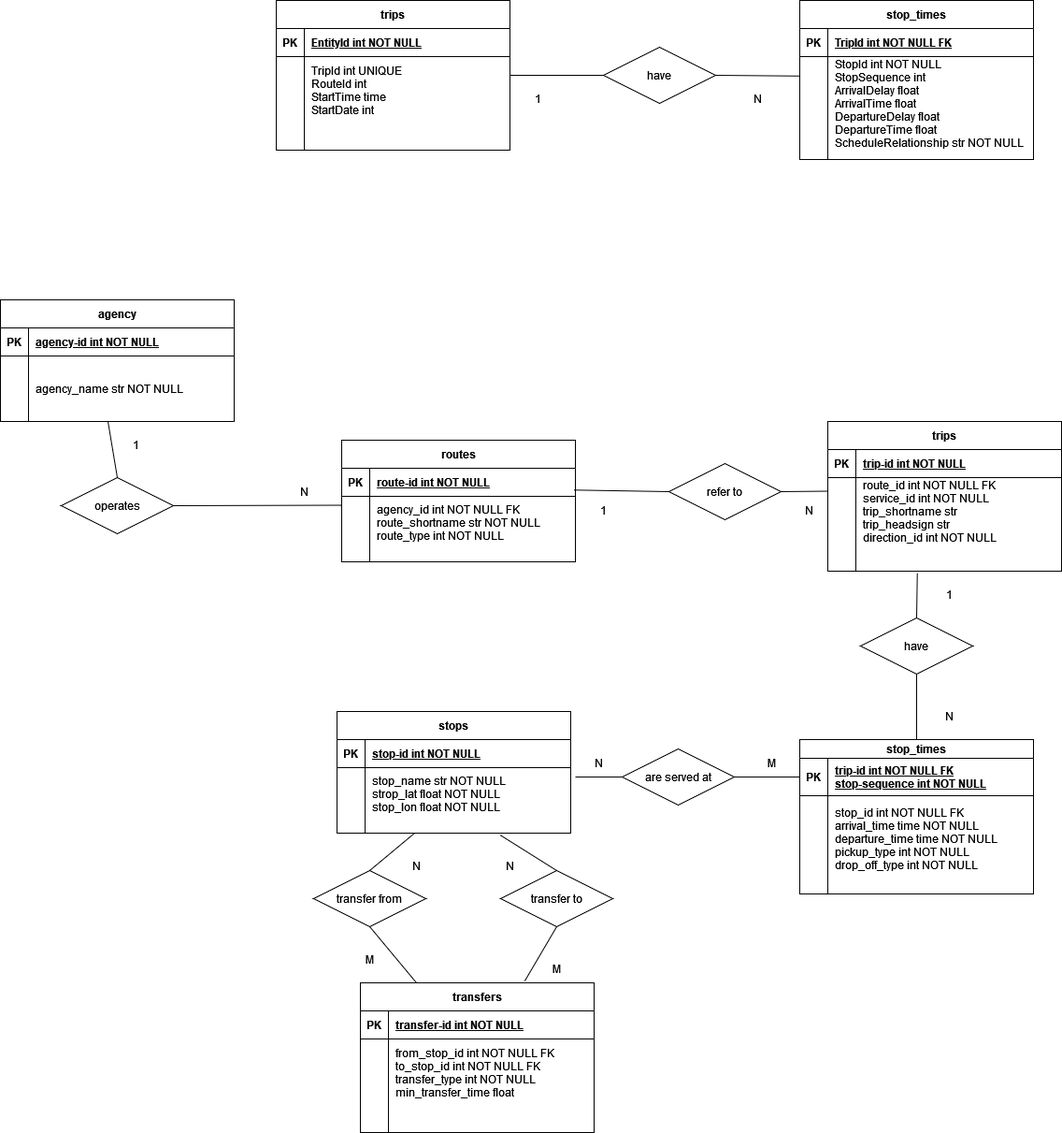
TrashCan1998/Datenintegration_Gesk_Standop_2023 keeps this draw.io diagram as 2_integration/ER_diagrams.png. Above is the earlier version. Source tidied: cells renumbered, new cells last; positions are measured from the earlier drawing's top-left corner, leaving out a move shared by most shapes.
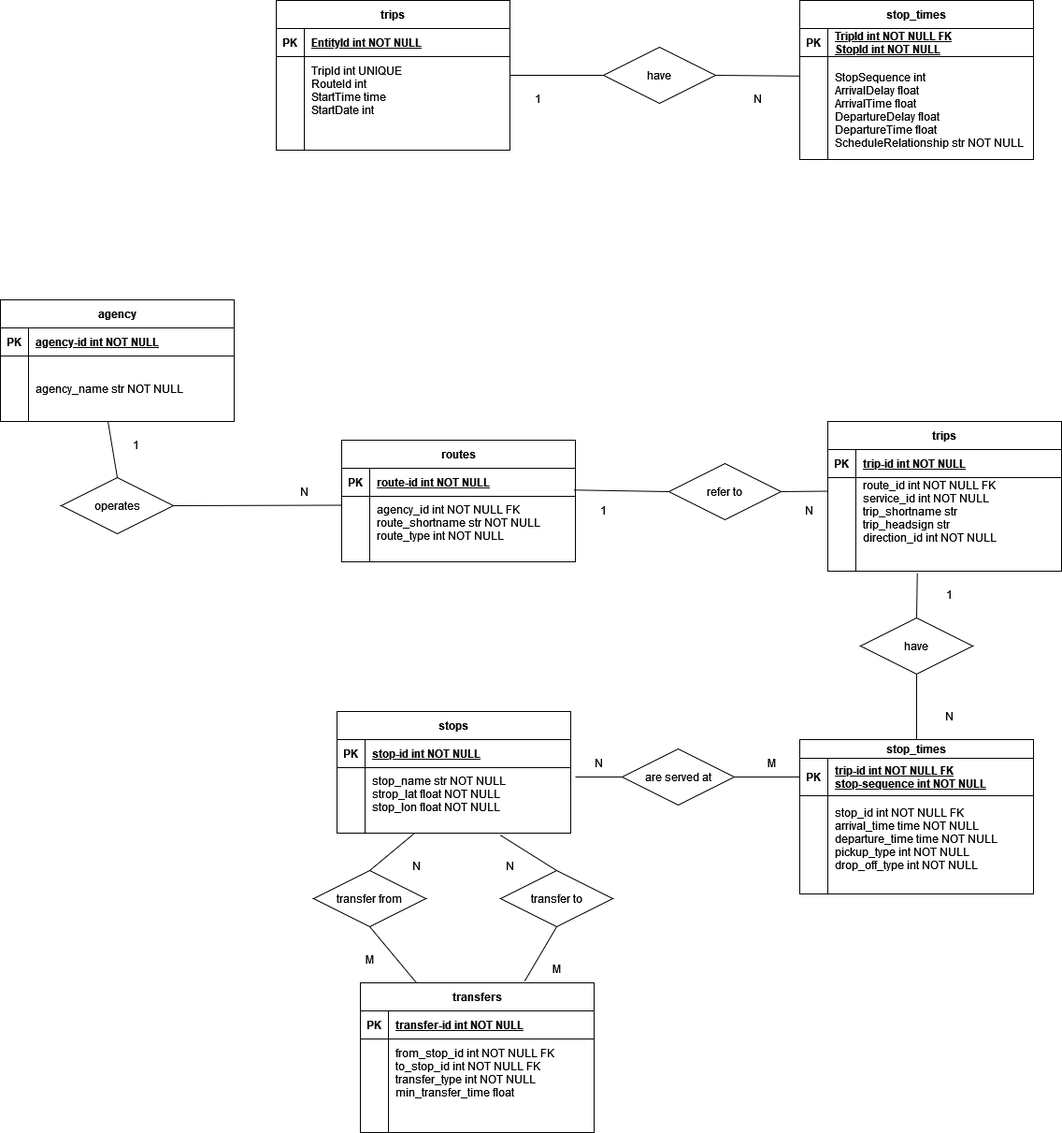
The same diagram one commit later.

The edit, as a diff of the source:
```diff
@@ -32,7 +32,7 @@
     <mxCell id="11" value="PK" style="shape=partialRectangle;overflow=hidden;fillColor=none;top=0;left=0;bottom=0;right=0;fontStyle=1;" parent="10" vertex="1">
       <mxGeometry width="30" height="30" as="geometry" />
     </mxCell>
-    <mxCell id="12" value="TripId int NOT NULL FK" style="shape=partialRectangle;overflow=hidden;fillColor=none;top=0;left=0;bottom=0;right=0;align=left;spacingLeft=6;fontStyle=5;" parent="10" vertex="1">
+    <mxCell id="12" value="TripId int NOT NULL FK&#10;StopId int NOT NULL&#10;" style="shape=partialRectangle;overflow=hidden;fillColor=none;top=0;left=0;bottom=0;right=0;align=left;spacingLeft=6;fontStyle=5;" parent="10" vertex="1">
       <mxGeometry x="30" width="220" height="30" as="geometry" />
     </mxCell>
     <mxCell id="13" style="shape=partialRectangle;fillColor=none;points=[[0,0.5],[1,0.5]];portConstraint=eastwest;top=0;left=0;right=0;bottom=0;" parent="9" vertex="1">
@@ -41,7 +41,7 @@
     <mxCell id="14" style="shape=partialRectangle;overflow=hidden;fillColor=none;top=0;left=0;bottom=0;right=0;" parent="13" vertex="1">
       <mxGeometry width="30" height="110" as="geometry" />
     </mxCell>
-    <mxCell id="15" value="StopId int NOT NULL&#10;StopSequence int&#10;ArrivalDelay float&#10;ArrivalTime float&#10;DepartureDelay float&#10;DepartureTime float&#10;ScheduleRelationship str NOT NULL&#10;&#10;" style="shape=partialRectangle;overflow=hidden;fillColor=none;top=0;left=0;bottom=0;right=0;align=left;spacingLeft=6;" parent="13" vertex="1">
+    <mxCell id="15" value="&#10;StopSequence int&#10;ArrivalDelay float&#10;ArrivalTime float&#10;DepartureDelay float&#10;DepartureTime float&#10;ScheduleRelationship str NOT NULL&#10;&#10;" style="shape=partialRectangle;overflow=hidden;fillColor=none;top=0;left=0;bottom=0;right=0;align=left;spacingLeft=6;" parent="13" vertex="1">
       <mxGeometry x="30" width="220" height="110" as="geometry" />
     </mxCell>
     <mxCell id="16" value="trips" style="shape=table;startSize=30;rowLines=0;fontStyle=1;align=center;" parent="1" vertex="1">
```
